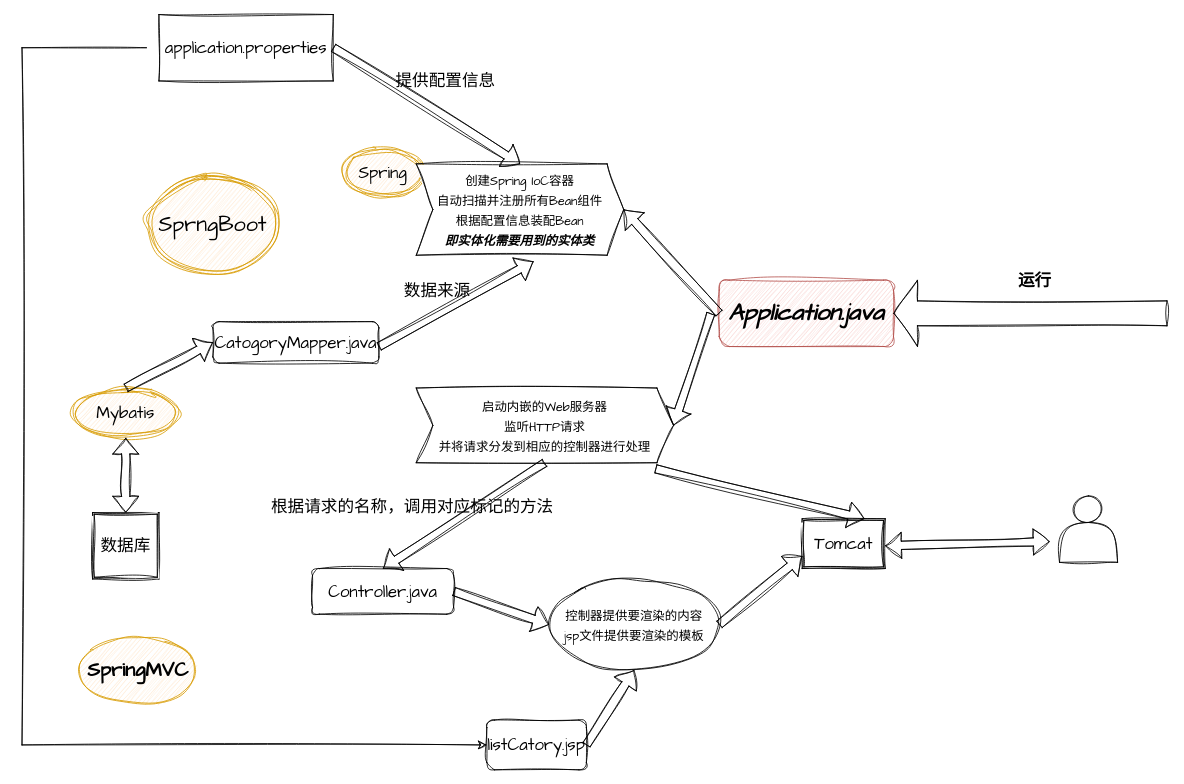
Earlier version of the draw.io diagram SpringBoot.drawio (177-Liukuan/MyPicture). Source tidied: cells renumbered, new cells numbered last; positions are measured from the earlier drawing's top-left corner, leaving out a move shared by most shapes. Both pictures are drawn from the tidied source at 83%, with x=0, y=0 at pixel (22, 14).
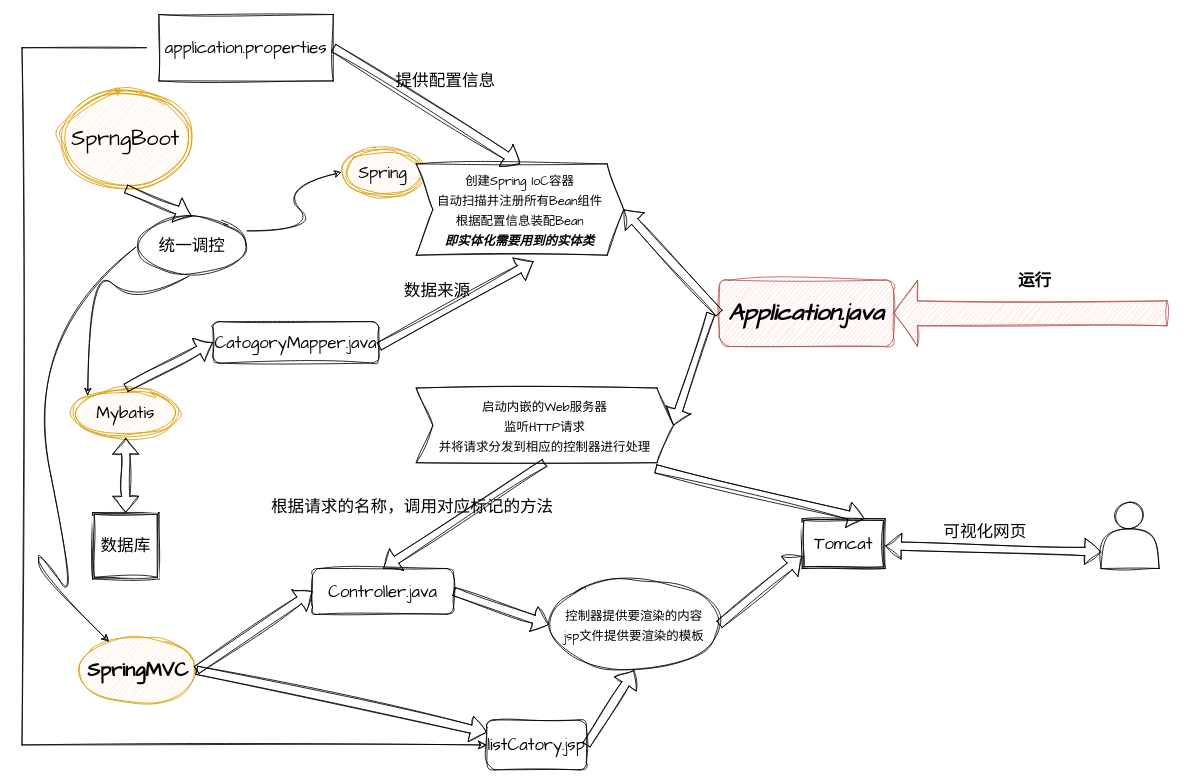
The same diagram, later.

The change refers to these unchanged cells:
```xml
<mxCell id="2" value="&lt;i style=&quot;&quot;&gt;&lt;b&gt;&lt;font style=&quot;font-size: 28px;&quot;&gt;Application.java&lt;/font&gt;&lt;/b&gt;&lt;/i&gt;" style="rounded=1;whiteSpace=wrap;html=1;sketch=1;hachureGap=4;jiggle=2;curveFitting=1;fontFamily=Architects Daughter;fontSize=20;fillColor=#f8cecc;strokeColor=#B5534F;" parent="1" vertex="1">
  <mxGeometry x="840" y="320" width="210" height="80" as="geometry" />
</mxCell>
<mxCell id="6" value="Spring" style="ellipse;shape=doubleEllipse;whiteSpace=wrap;html=1;sketch=1;hachureGap=4;jiggle=2;curveFitting=1;fontFamily=Architects Daughter;fontSize=20;fillColor=#ffe6cc;strokeColor=#d79b00;" parent="1" vertex="1">
  <mxGeometry x="385" y="160" width="100" height="60" as="geometry" />
</mxCell>
<mxCell id="7" value="&lt;font style=&quot;font-size: 24px;&quot;&gt;&lt;b&gt;SpringMVC&lt;/b&gt;&lt;/font&gt;" style="ellipse;whiteSpace=wrap;html=1;sketch=1;hachureGap=4;jiggle=2;curveFitting=1;fontFamily=Architects Daughter;fontSize=20;fillColor=#ffe6cc;strokeColor=#d79b00;" parent="1" vertex="1">
  <mxGeometry x="70" y="750" width="140" height="80" as="geometry" />
</mxCell>
<mxCell id="8" value="Mybatis" style="ellipse;shape=doubleEllipse;whiteSpace=wrap;html=1;sketch=1;hachureGap=4;jiggle=2;curveFitting=1;fontFamily=Architects Daughter;fontSize=20;fillColor=#ffe6cc;strokeColor=#d79b00;" parent="1" vertex="1">
  <mxGeometry x="60" y="450" width="130" height="60" as="geometry" />
</mxCell>
<mxCell id="9" value="Controller.java" style="rounded=1;whiteSpace=wrap;html=1;sketch=1;hachureGap=4;jiggle=2;curveFitting=1;fontFamily=Architects Daughter;fontSize=20;" parent="1" vertex="1">
  <mxGeometry x="350" y="667.5" width="170" height="55" as="geometry" />
</mxCell>
<mxCell id="28" value="listCatory.jsp" style="rounded=1;whiteSpace=wrap;html=1;sketch=1;hachureGap=4;jiggle=2;curveFitting=1;fontFamily=Architects Daughter;fontSize=20;" parent="1" vertex="1">
  <mxGeometry x="560" y="850" width="120" height="60" as="geometry" />
</mxCell>
```

What changed in the source:
```diff
@@
     <mxCell id="3" style="shape=actor;whiteSpace=wrap;html=1;sketch=1;hachureGap=4;jiggle=2;curveFitting=1;fontFamily=Architects Daughter;fontSize=20;" parent="1" vertex="1">
-      <mxGeometry x="1250" y="580" width="70" height="80" as="geometry" />
+      <mxGeometry x="1300" y="587.5" width="70" height="80" as="geometry" />
     </mxCell>
@@
-    <mxCell id="11" style="shape=flexArrow;endArrow=classic;startArrow=classic;html=1;rounded=0;sketch=1;hachureGap=4;jiggle=2;curveFitting=1;fontFamily=Architects Daughter;fontSize=16;entryX=0.1;entryY=0.5;entryDx=0;entryDy=0;entryPerimeter=0;" parent="1" edge="1">
+    <mxCell id="11" style="shape=flexArrow;endArrow=classic;startArrow=classic;html=1;rounded=0;sketch=1;hachureGap=4;jiggle=2;curveFitting=1;fontFamily=Architects Daughter;fontSize=16;entryX=0;entryY=0.75;entryDx=0;entryDy=0;" parent="1" edge="1" target="3">
       <mxGeometry relative="1" as="geometry">
         <mxPoint x="1040" y="640" as="sourcePoint" />
-        <mxPoint x="1238" y="635" as="targetPoint" />
       </mxGeometry>
     </mxCell>
@@
-    <mxCell id="17" style="shape=flexArrow;endArrow=classic;html=1;rounded=0;sketch=1;hachureGap=4;jiggle=2;curveFitting=1;fontFamily=Architects Daughter;fontSize=16;entryX=1;entryY=0.5;entryDx=0;entryDy=0;endWidth=48.57142857142858;endSize=9.12;width=30;" parent="1" edge="1" target="2">
+    <mxCell id="17" style="shape=flexArrow;endArrow=classic;html=1;rounded=0;sketch=1;hachureGap=4;jiggle=2;curveFitting=1;fontFamily=Architects Daughter;fontSize=16;entryX=1;entryY=0.5;entryDx=0;entryDy=0;endWidth=48.57142857142858;endSize=9.12;width=30;fillColor=#f8cecc;strokeColor=#b85450;" parent="1" edge="1" target="2">
       <mxGeometry relative="1" as="geometry">
         <mxPoint x="1380" y="360" as="sourcePoint" />
       </mxGeometry>
     </mxCell>
@@
     <mxCell id="34" value="&lt;font style=&quot;font-size: 26px;&quot;&gt;SprngBoot&lt;/font&gt;" style="ellipse;shape=doubleEllipse;whiteSpace=wrap;html=1;sketch=1;hachureGap=4;jiggle=2;curveFitting=1;fontFamily=Architects Daughter;fontSize=20;fillColor=#ffe6cc;strokeColor=#d79b00;" parent="1" vertex="1">
-      <mxGeometry x="150" y="193" width="160" height="120" as="geometry" />
+      <mxGeometry x="45" y="90" width="160" height="120" as="geometry" />
     </mxCell>
+    <mxCell id="35" value="可视化网页" style="text;html=1;align=center;verticalAlign=middle;strokeColor=none;fillColor=none;fontSize=20;fontFamily=Architects Daughter;" parent="1" vertex="1">
+      <mxGeometry x="1100" y="603" width="120" height="40" as="geometry" />
+    </mxCell>
+    <mxCell id="36" style="curved=1;endArrow=classic;html=1;rounded=0;sketch=1;hachureGap=4;jiggle=2;curveFitting=1;fontFamily=Architects Daughter;fontSize=16;entryX=0;entryY=0.5;entryDx=0;entryDy=0;exitX=1.01;exitY=0.252;exitDx=0;exitDy=0;exitPerimeter=0;" parent="1" edge="1" source="39" target="6">
+      <mxGeometry relative="1" as="geometry">
+        <Array as="points">
+          <mxPoint x="360" y="260" />
+          <mxPoint x="310" y="210" />
+        </Array>
+      </mxGeometry>
+    </mxCell>
+    <mxCell id="37" style="curved=1;endArrow=classic;html=1;rounded=0;sketch=1;hachureGap=4;jiggle=2;curveFitting=1;fontFamily=Architects Daughter;fontSize=16;entryX=0;entryY=0;entryDx=0;entryDy=0;exitX=0.5;exitY=1;exitDx=0;exitDy=0;" parent="1" edge="1" source="39" target="8">
+      <mxGeometry relative="1" as="geometry">
+        <Array as="points">
+          <mxPoint x="135" y="350" />
+          <mxPoint x="85" y="300" />
+        </Array>
+      </mxGeometry>
+    </mxCell>
+    <mxCell id="38" style="curved=1;endArrow=classic;html=1;rounded=0;sketch=1;hachureGap=4;jiggle=2;curveFitting=1;fontFamily=Architects Daughter;fontSize=16;exitX=0;exitY=0.5;exitDx=0;exitDy=0;" parent="1" edge="1" source="39" target="7">
+      <mxGeometry relative="1" as="geometry">
+        <Array as="points">
+          <mxPoint y="390" />
+          <mxPoint x="70" y="722.5" />
+          <mxPoint x="20" y="640" />
+          <mxPoint x="20" y="672.5" />
+        </Array>
+      </mxGeometry>
+    </mxCell>
+    <mxCell id="39" value="统一调控" style="ellipse;whiteSpace=wrap;html=1;sketch=1;hachureGap=4;jiggle=2;curveFitting=1;fontFamily=Architects Daughter;fontSize=20;" parent="1" vertex="1">
+      <mxGeometry x="140" y="243" width="130" height="70" as="geometry" />
+    </mxCell>
+    <mxCell id="40" style="shape=flexArrow;endArrow=classic;html=1;rounded=0;sketch=1;hachureGap=4;jiggle=2;curveFitting=1;fontFamily=Architects Daughter;fontSize=16;entryX=0.5;entryY=0;entryDx=0;entryDy=0;exitX=0.5;exitY=1;exitDx=0;exitDy=0;" parent="1" edge="1" source="34" target="39">
+      <mxGeometry relative="1" as="geometry" />
+    </mxCell>
+    <mxCell id="41" style="shape=flexArrow;endArrow=classic;html=1;rounded=0;sketch=1;hachureGap=4;jiggle=2;curveFitting=1;fontFamily=Architects Daughter;fontSize=16;exitX=1;exitY=0.5;exitDx=0;exitDy=0;entryX=0;entryY=0.5;entryDx=0;entryDy=0;" parent="1" edge="1" source="7" target="9">
+      <mxGeometry relative="1" as="geometry" />
+    </mxCell>
+    <mxCell id="42" style="shape=flexArrow;endArrow=classic;html=1;rounded=0;sketch=1;hachureGap=4;jiggle=2;curveFitting=1;fontFamily=Architects Daughter;fontSize=16;entryX=0;entryY=0.25;entryDx=0;entryDy=0;" parent="1" edge="1" target="28">
+      <mxGeometry relative="1" as="geometry">
+        <mxPoint x="210" y="790" as="sourcePoint" />
+      </mxGeometry>
+    </mxCell>
```
